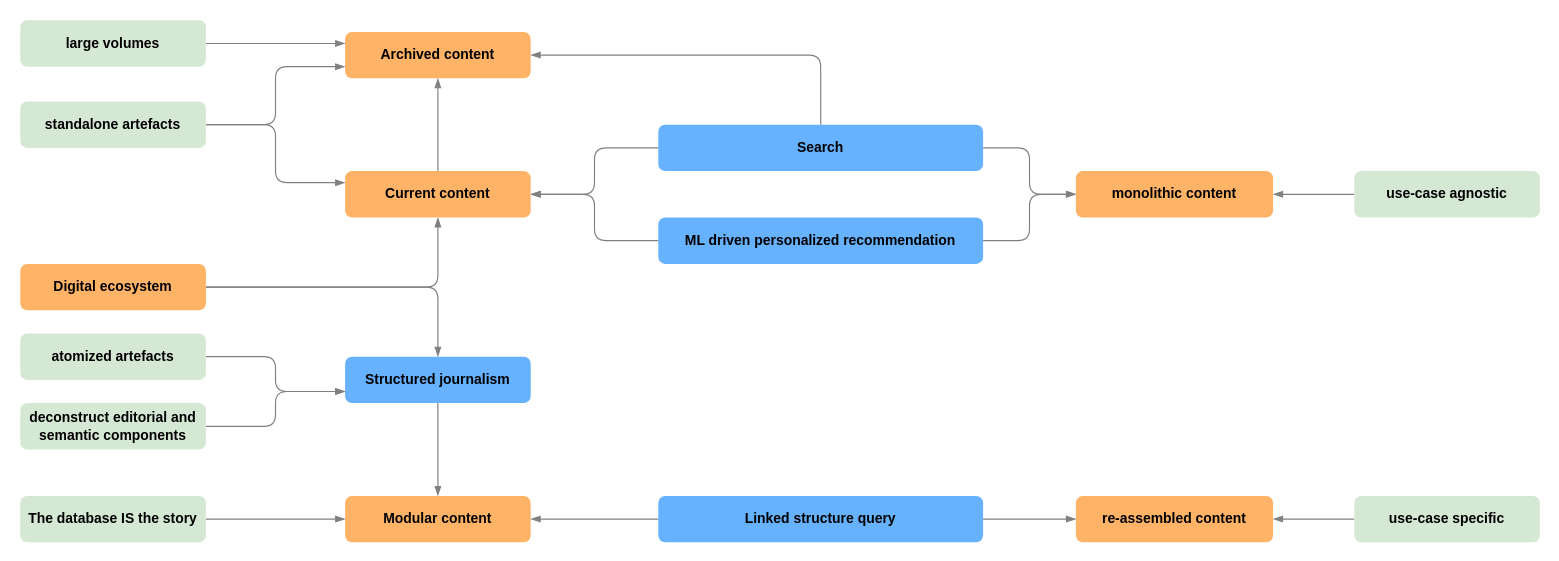
zushicat/notes-on-modular-news keeps this draw.io diagram as images/draw.io/xml/modular_news_1.drawio. Above is the earlier version. Source tidied: cells renumbered, new cells numbered last; positions are measured from the earlier drawing's top-left corner, leaving out a move shared by most shapes. Both pictures are drawn from the tidied source at 116%, with x=0, y=0 at pixel (20, 20).
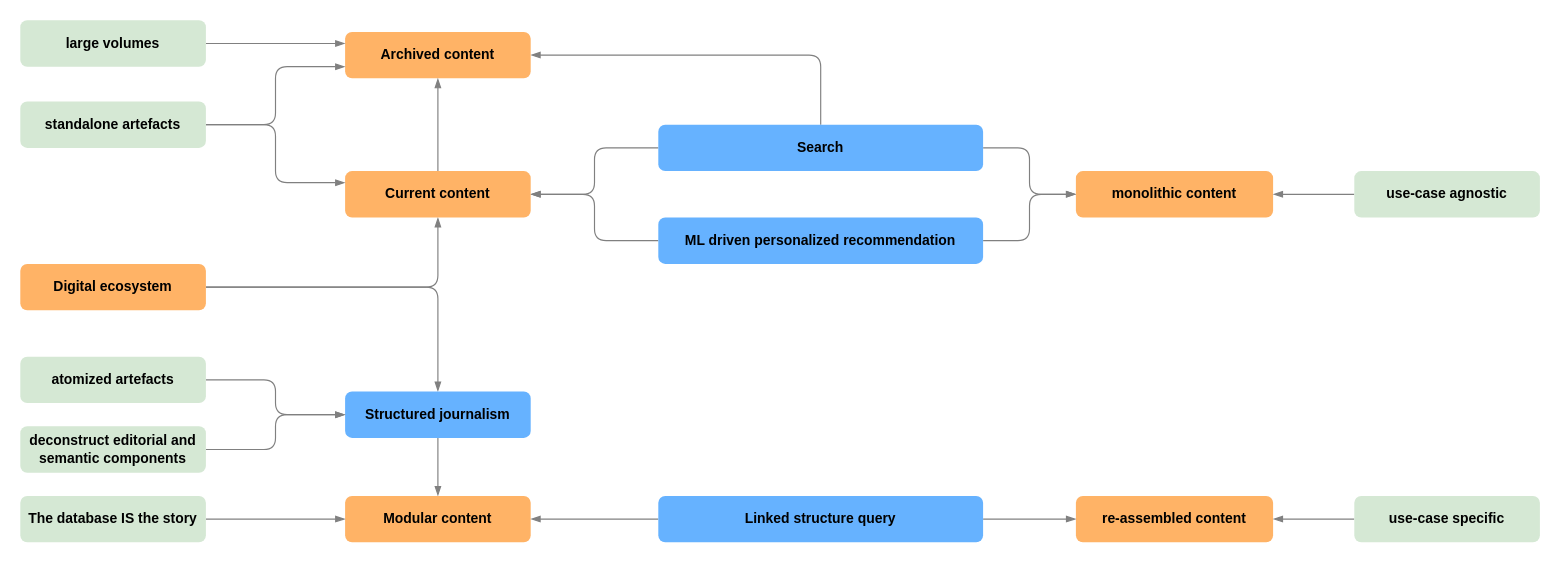
After the change.

The edit, as a diff of the source:
```diff
@@
     <mxCell id="13" value="&lt;font&gt;&lt;b&gt;&lt;font style=&quot;font-size: 12px&quot;&gt;Structured journalism&lt;/font&gt;&lt;/b&gt;&lt;br&gt;&lt;/font&gt;" style="rounded=1;whiteSpace=wrap;html=1;strokeColor=none;fillColor=#66B2FF;" parent="1" vertex="1">
-      <mxGeometry x="280" y="290" width="160" height="40" as="geometry" />
+      <mxGeometry x="280" y="320" width="160" height="40" as="geometry" />
     </mxCell>
@@
-    <mxCell id="28" style="edgeStyle=orthogonalEdgeStyle;rounded=1;jettySize=auto;html=1;entryX=0;entryY=0.75;entryDx=0;entryDy=0;endArrow=blockThin;endFill=1;strokeColor=#808080;" parent="1" edge="1" source="29" target="13">
-      <mxGeometry relative="1" as="geometry" />
+    <mxCell id="28" style="edgeStyle=orthogonalEdgeStyle;rounded=1;jettySize=auto;html=1;endArrow=blockThin;endFill=1;strokeColor=#808080;exitX=1;exitY=0.5;exitDx=0;exitDy=0;" parent="1" edge="1" source="29">
+      <mxGeometry relative="1" as="geometry">
+        <mxPoint x="280" y="340" as="targetPoint" />
+        <Array as="points">
+          <mxPoint x="220" y="310" />
+          <mxPoint x="220" y="340" />
+        </Array>
+      </mxGeometry>
     </mxCell>
     <mxCell id="29" value="&lt;font&gt;&lt;b&gt;&lt;font style=&quot;font-size: 12px&quot;&gt;atomized artefacts&lt;/font&gt;&lt;/b&gt;&lt;br&gt;&lt;/font&gt;" style="rounded=1;whiteSpace=wrap;html=1;fillColor=#d5e8d4;strokeColor=none;" parent="1" vertex="1">
-      <mxGeometry y="270" width="160" height="40" as="geometry" />
+      <mxGeometry y="290" width="160" height="40" as="geometry" />
     </mxCell>
-    <mxCell id="30" style="edgeStyle=orthogonalEdgeStyle;rounded=1;jettySize=auto;html=1;endArrow=blockThin;endFill=1;strokeColor=#808080;entryX=0;entryY=0.75;entryDx=0;entryDy=0;" parent="1" edge="1" source="31" target="13">
+    <mxCell id="30" style="edgeStyle=orthogonalEdgeStyle;rounded=1;jettySize=auto;html=1;endArrow=blockThin;endFill=1;strokeColor=#808080;entryX=0;entryY=0.5;entryDx=0;entryDy=0;" parent="1" edge="1" source="31" target="13">
       <mxGeometry relative="1" as="geometry" />
     </mxCell>
     <mxCell id="31" value="&lt;font&gt;&lt;b&gt;&lt;font style=&quot;font-size: 12px&quot;&gt;deconstruct editorial and semantic components&lt;/font&gt;&lt;/b&gt;&lt;br&gt;&lt;/font&gt;" style="rounded=1;whiteSpace=wrap;html=1;fillColor=#d5e8d4;strokeColor=none;" parent="1" vertex="1">
-      <mxGeometry y="330" width="160" height="40" as="geometry" />
+      <mxGeometry y="350" width="160" height="40" as="geometry" />
     </mxCell>
```
